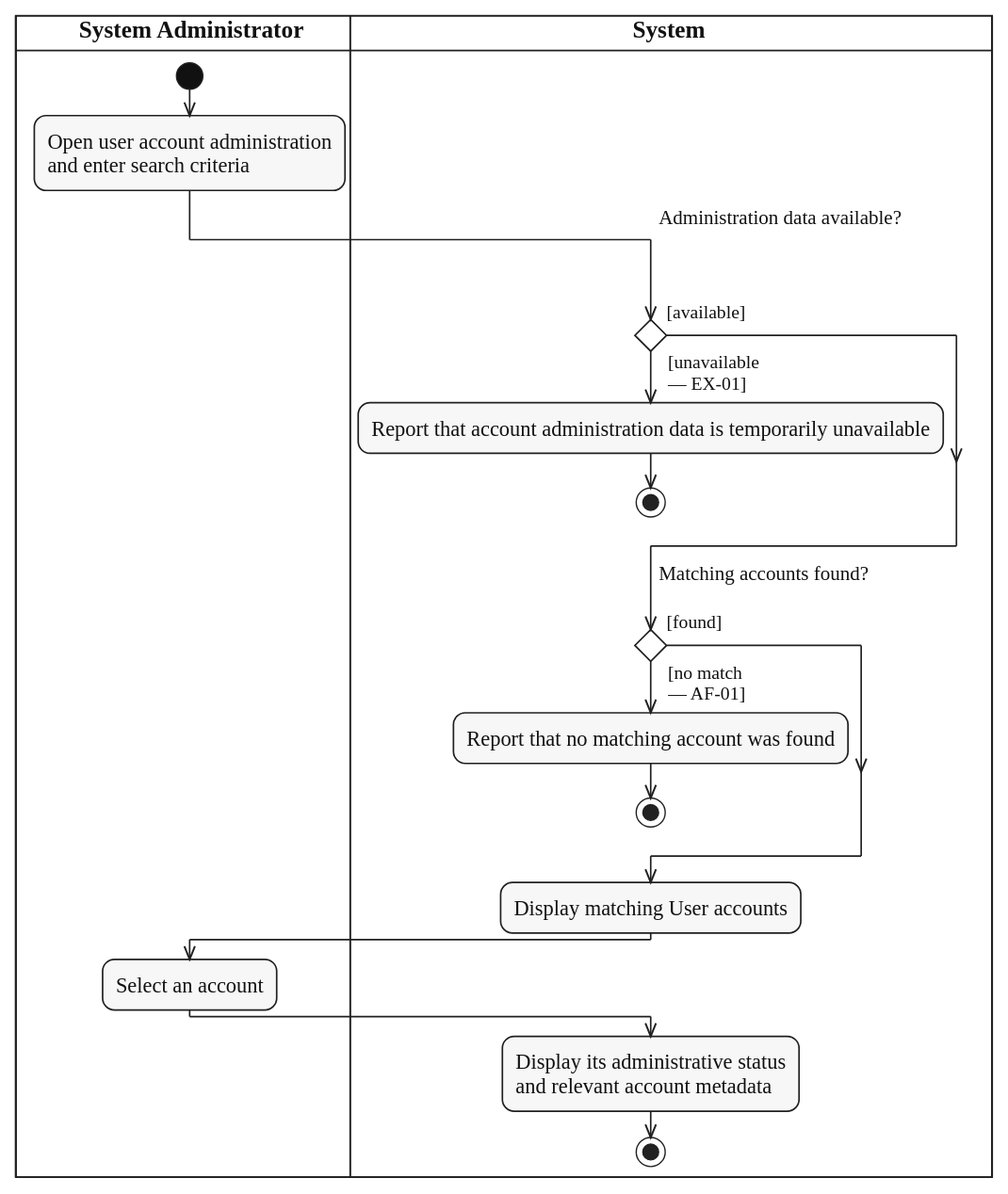
The PlantUML diagram diagrams/activity/system-administration/svg/UC-USER-ACCOUNTS-SEARCH.svg in lukenab/swd392-doc-automation, before a commit. Its source is kept beside it as diagrams/activity/system-administration/source/UC-USER-ACCOUNTS-SEARCH.puml.
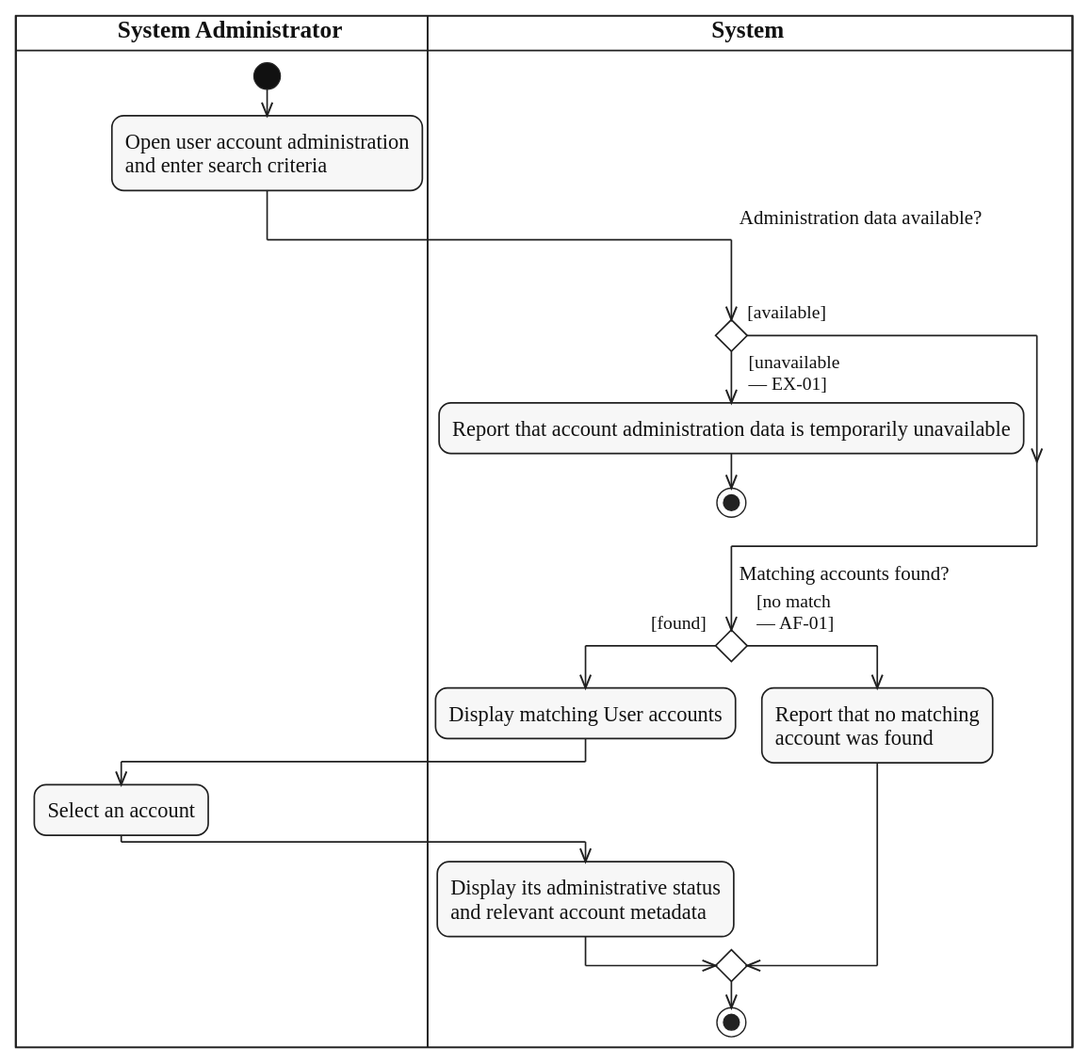
After the commit.

Diff of the diagram source:
```diff
@@ -14,15 +14,15 @@
   stop
 endif
 if ($question("Matching accounts found?")) then ($guard_left("[found]"))
+  :Display matching User accounts;
+  |ADM|
+  :Select an account;
+  |SYS|
+  :Display its administrative status
+  and relevant account metadata;
 else ($guard_right("[no match", "— AF-01]"))
-  :Report that no matching account was found;
-  stop
+  :Report that no matching
+  account was found;
 endif
-:Display matching User accounts;
-|ADM|
-:Select an account;
-|SYS|
-:Display its administrative status
-and relevant account metadata;
 stop
 @enduml
```
